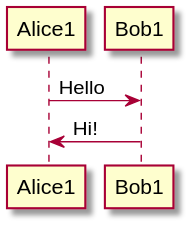
This is firstDiagram.svg from pasqualespica/git_dojo_repo, a PlantUML export, as it was before one commit.
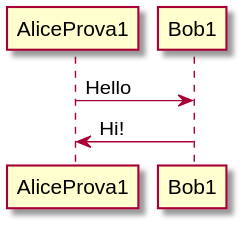
Above is the later version.

What changed in the source:
```diff
@@ -1,6 +1,6 @@
 @startuml firstDiagram
 
-Alice1 -> Bob1: Hello
-Bob1 -> Alice1: Hi!
+AliceProva1 -> Bob1: Hello
+Bob1 -> AliceProva1: Hi!
 
 @enduml
```
